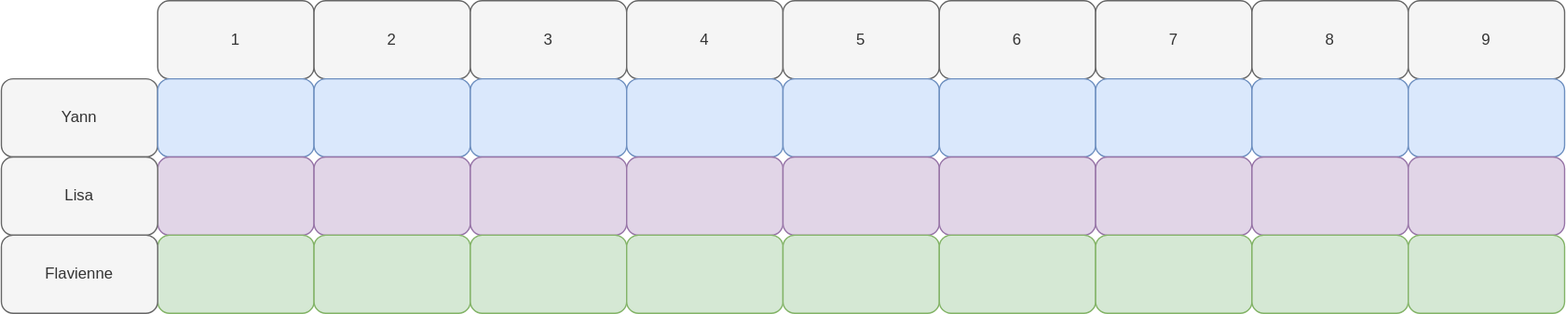
UchatOrg/guideline keeps this draw.io diagram as planning.svg. Above is the earlier version. Source tidied: cells renumbered, new cells last; positions are measured from the earlier drawing's top-left corner, leaving out a move shared by most shapes.
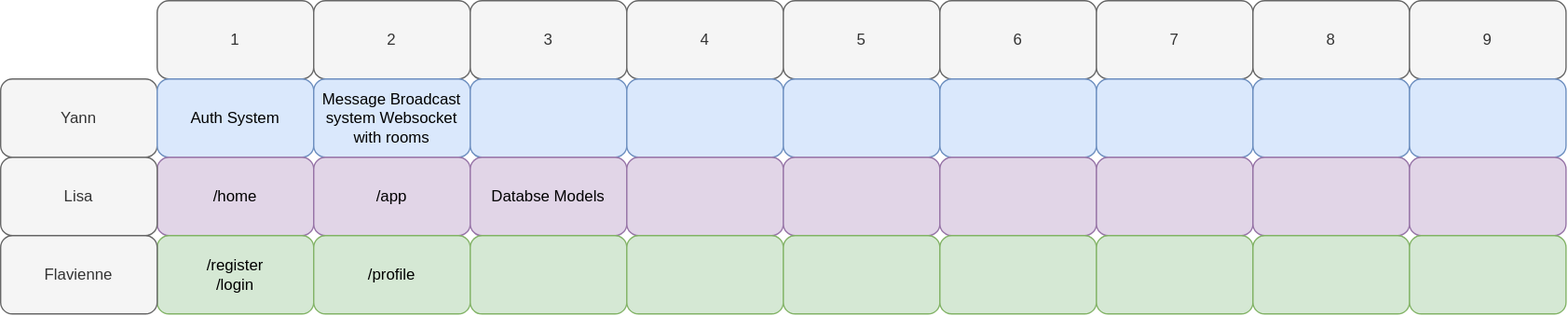
Above is the later version.

Commit message:
update: few tasks

Diff of the diagram source:
```diff
@@ -20,10 +20,10 @@
     <mxCell id="7" value="Yann" style="rounded=1;whiteSpace=wrap;html=1;fillColor=#f5f5f5;strokeColor=#666666;fontColor=#333333;" parent="1" vertex="1">
       <mxGeometry y="60" width="120" height="60" as="geometry" />
     </mxCell>
-    <mxCell id="8" style="rounded=1;whiteSpace=wrap;html=1;fillColor=#dae8fc;strokeColor=#6c8ebf;" parent="1" vertex="1">
+    <mxCell id="8" value="Auth System" style="rounded=1;whiteSpace=wrap;html=1;fillColor=#dae8fc;strokeColor=#6c8ebf;" parent="1" vertex="1">
       <mxGeometry x="120" y="60" width="120" height="60" as="geometry" />
     </mxCell>
-    <mxCell id="9" style="rounded=1;whiteSpace=wrap;html=1;fillColor=#dae8fc;strokeColor=#6c8ebf;" parent="1" vertex="1">
+    <mxCell id="9" value="Message Broadcast system Websocket with rooms" style="rounded=1;whiteSpace=wrap;html=1;fillColor=#dae8fc;strokeColor=#6c8ebf;" parent="1" vertex="1">
       <mxGeometry x="240" y="60" width="120" height="60" as="geometry" />
     </mxCell>
     <mxCell id="10" style="rounded=1;whiteSpace=wrap;html=1;fillColor=#dae8fc;strokeColor=#6c8ebf;" parent="1" vertex="1">
@@ -32,16 +32,16 @@
     <mxCell id="11" style="rounded=1;whiteSpace=wrap;html=1;fillColor=#dae8fc;strokeColor=#6c8ebf;" parent="1" vertex="1">
       <mxGeometry x="480" y="60" width="120" height="60" as="geometry" />
     </mxCell>
-    <mxCell id="12" style="rounded=1;whiteSpace=wrap;html=1;fillColor=#e1d5e7;strokeColor=#9673a6;" parent="1" vertex="1">
+    <mxCell id="12" value="/home" style="rounded=1;whiteSpace=wrap;html=1;fillColor=#e1d5e7;strokeColor=#9673a6;" parent="1" vertex="1">
       <mxGeometry x="120" y="120" width="120" height="60" as="geometry" />
     </mxCell>
-    <mxCell id="13" style="rounded=1;whiteSpace=wrap;html=1;fillColor=#e1d5e7;strokeColor=#9673a6;" parent="1" vertex="1">
+    <mxCell id="13" value="/app" style="rounded=1;whiteSpace=wrap;html=1;fillColor=#e1d5e7;strokeColor=#9673a6;" parent="1" vertex="1">
       <mxGeometry x="240" y="120" width="120" height="60" as="geometry" />
     </mxCell>
-    <mxCell id="14" style="rounded=1;whiteSpace=wrap;html=1;fillColor=#d5e8d4;strokeColor=#82b366;" parent="1" vertex="1">
+    <mxCell id="14" value="/register&lt;br&gt;/login" style="rounded=1;whiteSpace=wrap;html=1;fillColor=#d5e8d4;strokeColor=#82b366;" parent="1" vertex="1">
       <mxGeometry x="120" y="180" width="120" height="60" as="geometry" />
     </mxCell>
-    <mxCell id="15" style="rounded=1;whiteSpace=wrap;html=1;fillColor=#d5e8d4;strokeColor=#82b366;" parent="1" vertex="1">
+    <mxCell id="15" value="/profile" style="rounded=1;whiteSpace=wrap;html=1;fillColor=#d5e8d4;strokeColor=#82b366;" parent="1" vertex="1">
       <mxGeometry x="240" y="180" width="120" height="60" as="geometry" />
     </mxCell>
     <mxCell id="16" style="rounded=1;whiteSpace=wrap;html=1;fillColor=#dae8fc;strokeColor=#6c8ebf;" parent="1" vertex="1">
@@ -50,7 +50,7 @@
     <mxCell id="17" value="Lisa" style="rounded=1;whiteSpace=wrap;html=1;fillColor=#f5f5f5;strokeColor=#666666;fontColor=#333333;" parent="1" vertex="1">
       <mxGeometry y="120" width="120" height="60" as="geometry" />
     </mxCell>
-    <mxCell id="18" style="rounded=1;whiteSpace=wrap;html=1;fillColor=#e1d5e7;strokeColor=#9673a6;" parent="1" vertex="1">
+    <mxCell id="18" value="Databse Models" style="rounded=1;whiteSpace=wrap;html=1;fillColor=#e1d5e7;strokeColor=#9673a6;" parent="1" vertex="1">
       <mxGeometry x="360" y="120" width="120" height="60" as="geometry" />
     </mxCell>
     <mxCell id="19" style="rounded=1;whiteSpace=wrap;html=1;fillColor=#e1d5e7;strokeColor=#9673a6;" parent="1" vertex="1">
```
